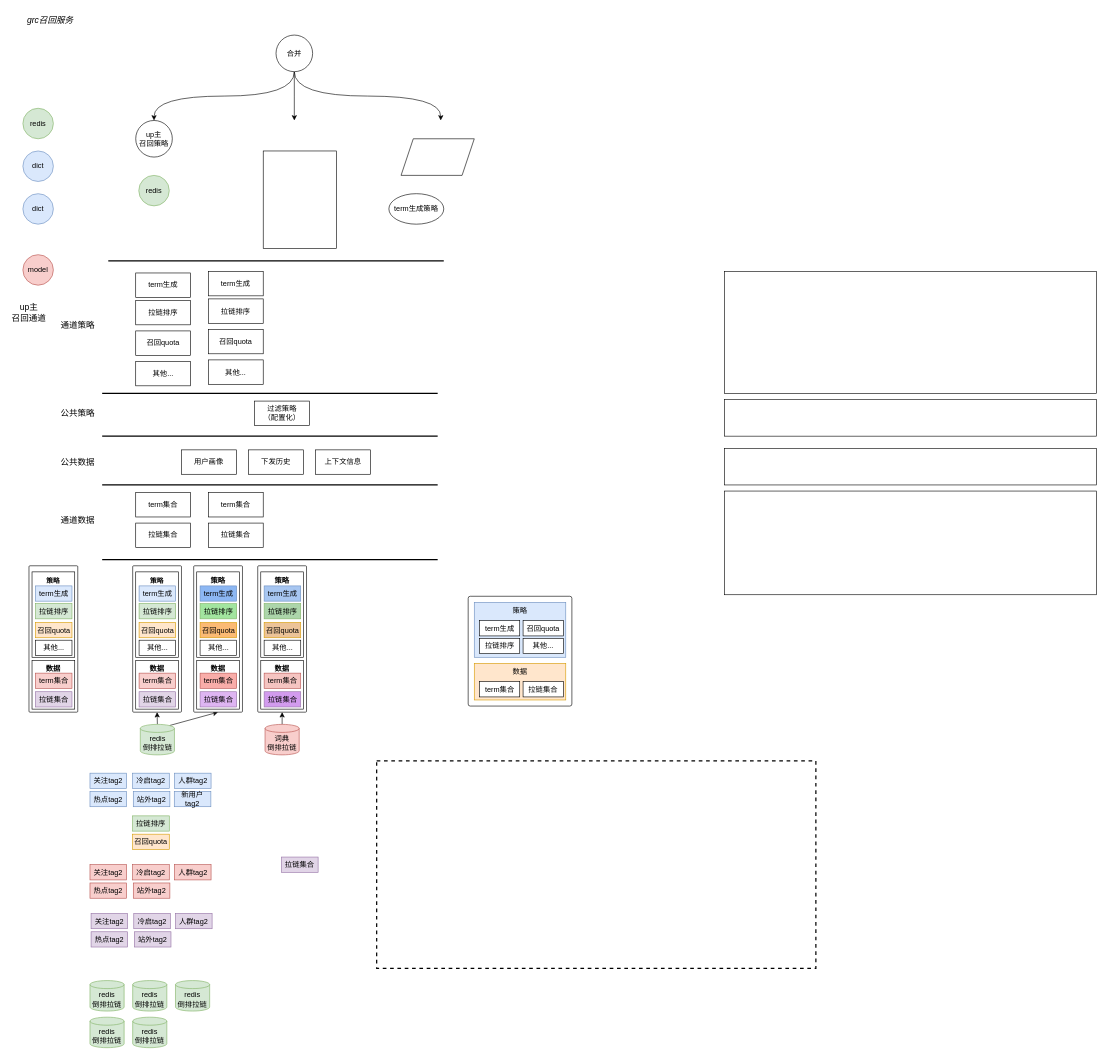
This is page "单召回源通道框架" (1 of 2) of multi-source-recall.drawio from yantao006/draw_io, a draw.io file, before an edit. Source tidied: cells renumbered, new cells numbered last; positions are measured from the earlier drawing's top-left corner, leaving out a move shared by most shapes. Both pictures are drawn from the tidied source at 61%, with x=0, y=0 at pixel (10, 10).
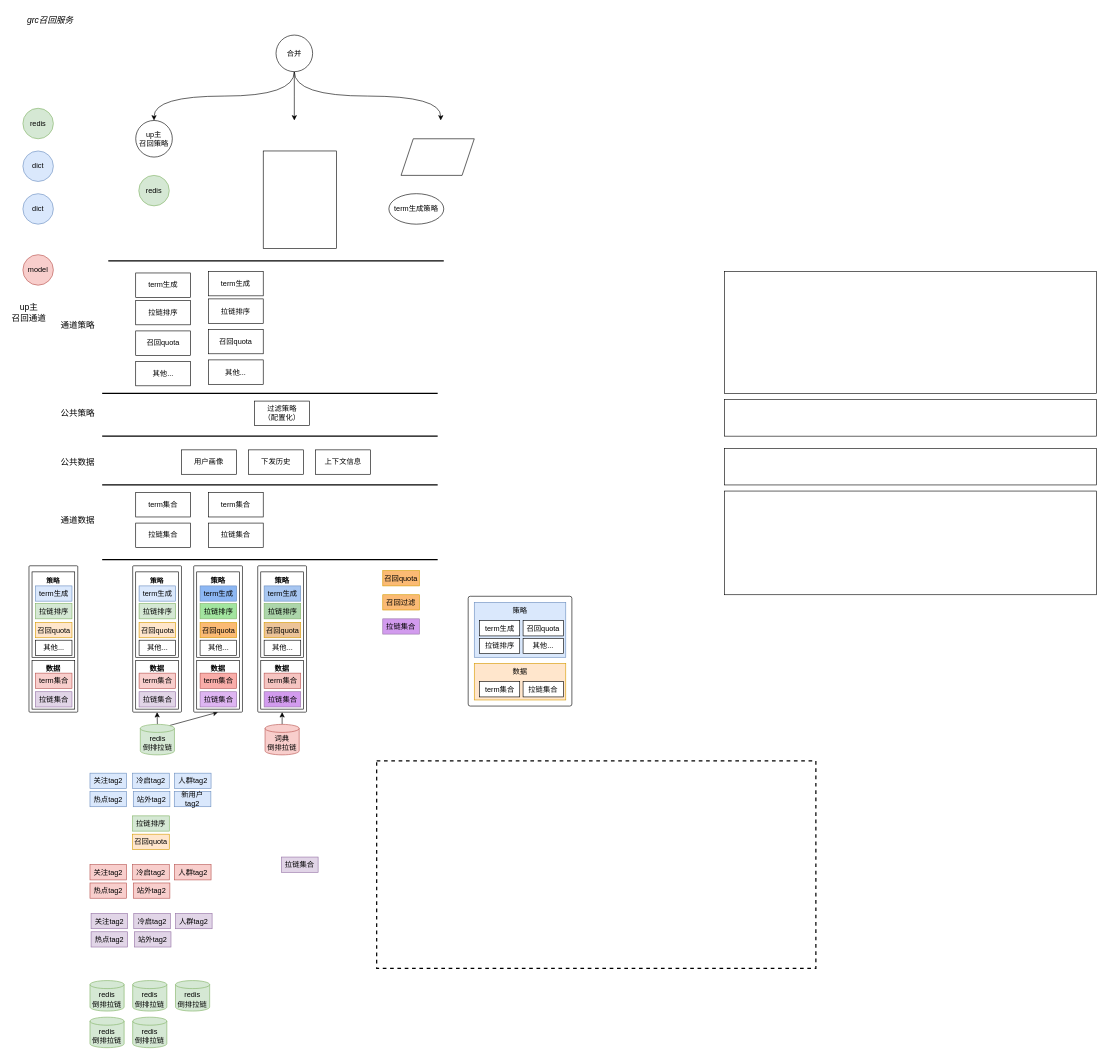
Above is the later version.

Diff of the diagram source:
```diff
@@
+    <mxCell id="124" value="召回quota" style="rounded=0;whiteSpace=wrap;html=1;fillColor=#fbba74;strokeColor=#d79b00;" parent="1" vertex="1">
+      <mxGeometry x="610" y="918" width="60" height="25" as="geometry" />
+    </mxCell>
+    <mxCell id="125" value="召回过滤" style="rounded=0;whiteSpace=wrap;html=1;fillColor=#fbba74;strokeColor=#d79b00;" parent="1" vertex="1">
+      <mxGeometry x="610" y="957.5" width="60" height="25" as="geometry" />
+    </mxCell>
+    <mxCell id="126" value="拉链集合" style="rounded=0;whiteSpace=wrap;html=1;fillColor=#d29bee;strokeColor=#9673a6;" parent="1" vertex="1">
+      <mxGeometry x="610" y="997" width="60" height="25" as="geometry" />
+    </mxCell>
```
